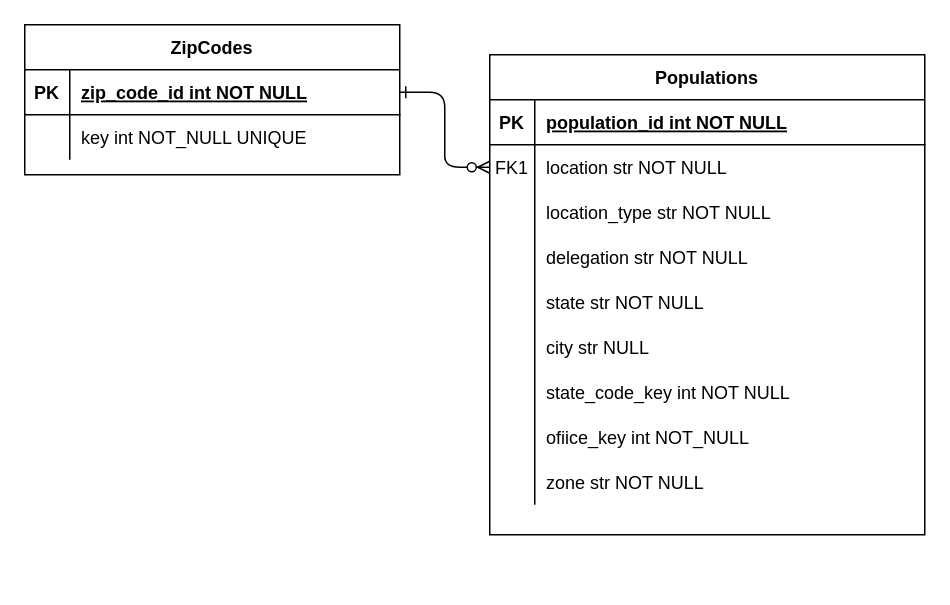
Before: zip-codes/schema-db.drawio in Rola342/CodigoPostal, a draw.io diagram. Source tidied: cells renumbered, new cells numbered last; positions are measured from the earlier drawing's top-left corner, leaving out a move shared by most shapes. Both pictures are drawn from the tidied source at 150%, with x=0, y=0 at pixel (24, 24).
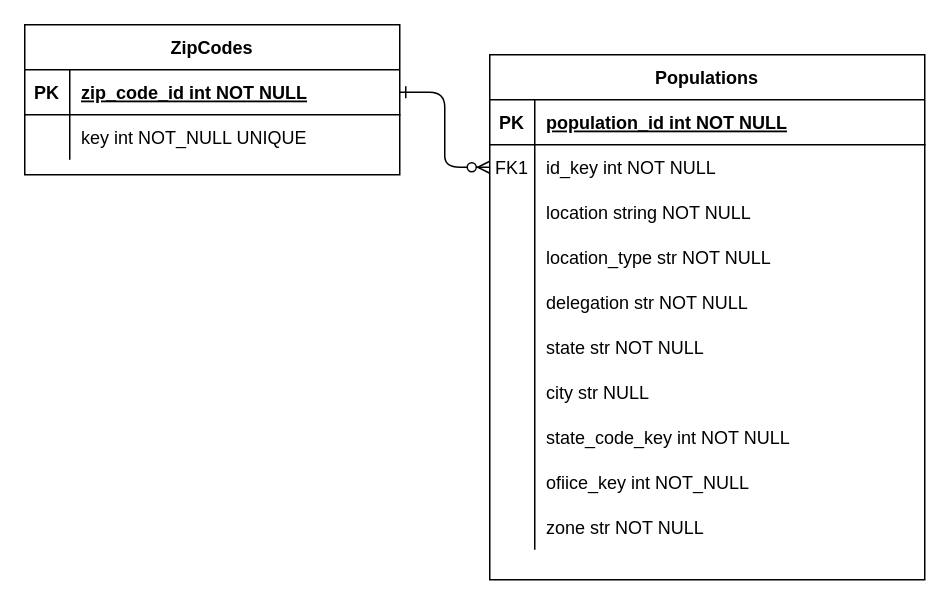
The same page after the edit.

Unchanged cells that the change refers to:
```xml
<mxCell id="7" style="shape=partialRectangle;fillColor=none;points=[[0,0.5],[1,0.5]];portConstraint=eastwest;top=0;left=0;right=0;bottom=0;" parent="3" vertex="1">
  <mxGeometry y="60" width="290" height="30" as="geometry" />
</mxCell>
```

What changed in the source:
```diff
@@
     <mxCell id="3" value="Populations" style="shape=table;startSize=30;childLayout=tableLayout;rowLines=0;fontStyle=1;align=center;" parent="1" vertex="1">
-      <mxGeometry x="310" y="20" width="290" height="320" as="geometry" />
+      <mxGeometry x="310" y="20" width="290" height="350" as="geometry" />
     </mxCell>
@@
-    <mxCell id="9" value="location str NOT NULL" style="shape=partialRectangle;overflow=hidden;fillColor=none;top=0;left=0;bottom=0;right=0;align=left;spacingLeft=6;" parent="7" vertex="1">
+    <mxCell id="9" value="id_key int NOT NULL" style="shape=partialRectangle;overflow=hidden;fillColor=none;top=0;left=0;bottom=0;right=0;align=left;spacingLeft=6;" parent="7" vertex="1">
       <mxGeometry x="30" width="260" height="30" as="geometry" />
     </mxCell>
+    <mxCell id="38" style="shape=partialRectangle;fillColor=none;top=0;left=0;right=0;bottom=0;" parent="3" vertex="1">
+      <mxGeometry y="90" width="290" height="30" as="geometry" />
+    </mxCell>
+    <mxCell id="39" style="shape=partialRectangle;overflow=hidden;fillColor=none;top=0;left=0;bottom=0;right=0;" parent="38" vertex="1">
+      <mxGeometry width="30" height="30" as="geometry" />
+    </mxCell>
+    <mxCell id="40" value="location string NOT NULL" style="shape=partialRectangle;overflow=hidden;fillColor=none;top=0;left=0;bottom=0;right=0;align=left;spacingLeft=6;" parent="38" vertex="1">
+      <mxGeometry x="30" width="260" height="30" as="geometry" />
+    </mxCell>
     <mxCell id="10" style="shape=partialRectangle;fillColor=none;top=0;left=0;right=0;bottom=0;" parent="3" vertex="1">
-      <mxGeometry y="90" width="290" height="30" as="geometry" />
+      <mxGeometry y="120" width="290" height="30" as="geometry" />
     </mxCell>
@@
     <mxCell id="13" style="shape=partialRectangle;fillColor=none;top=0;left=0;right=0;bottom=0;" parent="3" vertex="1">
-      <mxGeometry y="120" width="290" height="30" as="geometry" />
+      <mxGeometry y="150" width="290" height="30" as="geometry" />
     </mxCell>
@@
     <mxCell id="16" style="shape=partialRectangle;fillColor=none;top=0;left=0;right=0;bottom=0;" parent="3" vertex="1">
-      <mxGeometry y="150" width="290" height="30" as="geometry" />
+      <mxGeometry y="180" width="290" height="30" as="geometry" />
     </mxCell>
@@
     <mxCell id="19" style="shape=partialRectangle;fillColor=none;top=0;left=0;right=0;bottom=0;" parent="3" vertex="1">
-      <mxGeometry y="180" width="290" height="30" as="geometry" />
+      <mxGeometry y="210" width="290" height="30" as="geometry" />
     </mxCell>
@@
     <mxCell id="22" style="shape=partialRectangle;fillColor=none;top=0;left=0;right=0;bottom=0;" parent="3" vertex="1">
-      <mxGeometry y="210" width="290" height="30" as="geometry" />
+      <mxGeometry y="240" width="290" height="30" as="geometry" />
     </mxCell>
@@
     <mxCell id="25" style="shape=partialRectangle;fillColor=none;top=0;left=0;right=0;bottom=0;" parent="3" vertex="1">
-      <mxGeometry y="240" width="290" height="30" as="geometry" />
+      <mxGeometry y="270" width="290" height="30" as="geometry" />
     </mxCell>
@@
     <mxCell id="28" style="shape=partialRectangle;fillColor=none;top=0;left=0;right=0;bottom=0;" parent="3" vertex="1">
-      <mxGeometry y="270" width="290" height="30" as="geometry" />
+      <mxGeometry y="300" width="290" height="30" as="geometry" />
     </mxCell>
```
